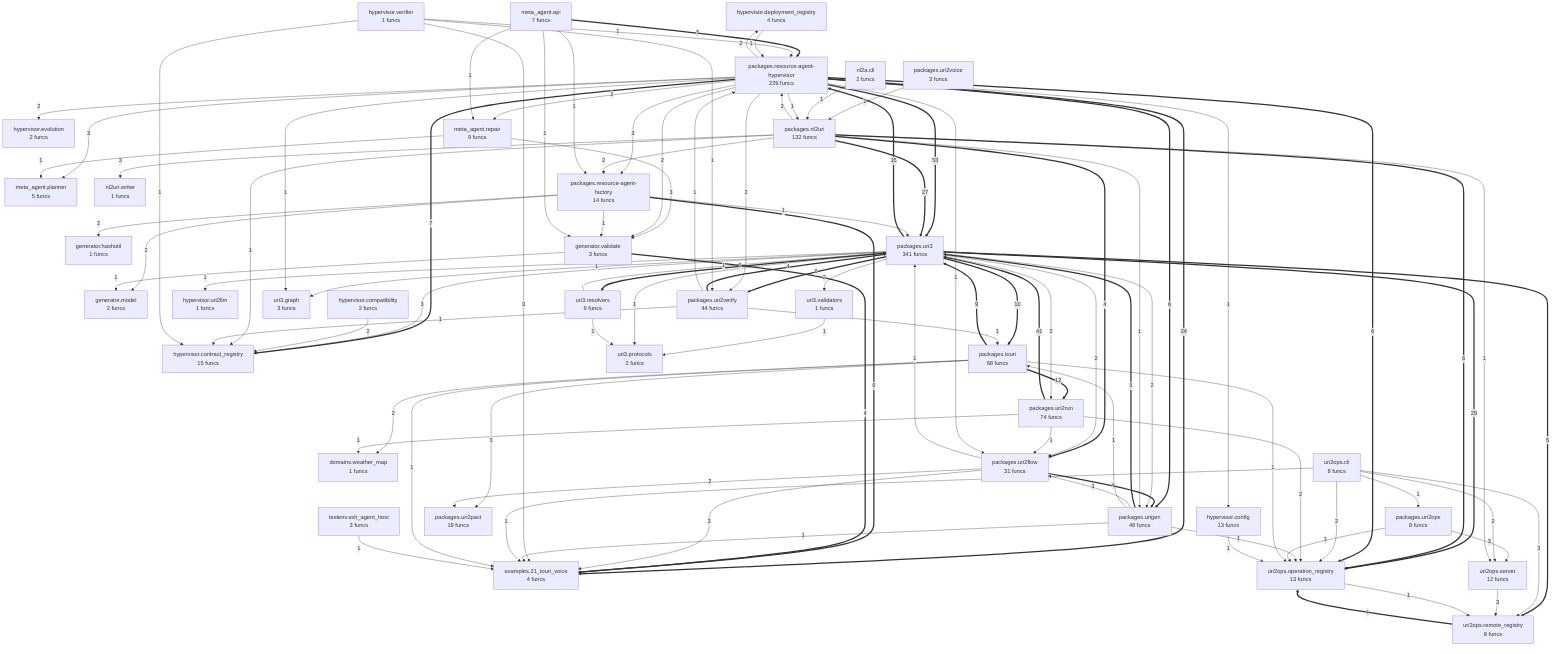
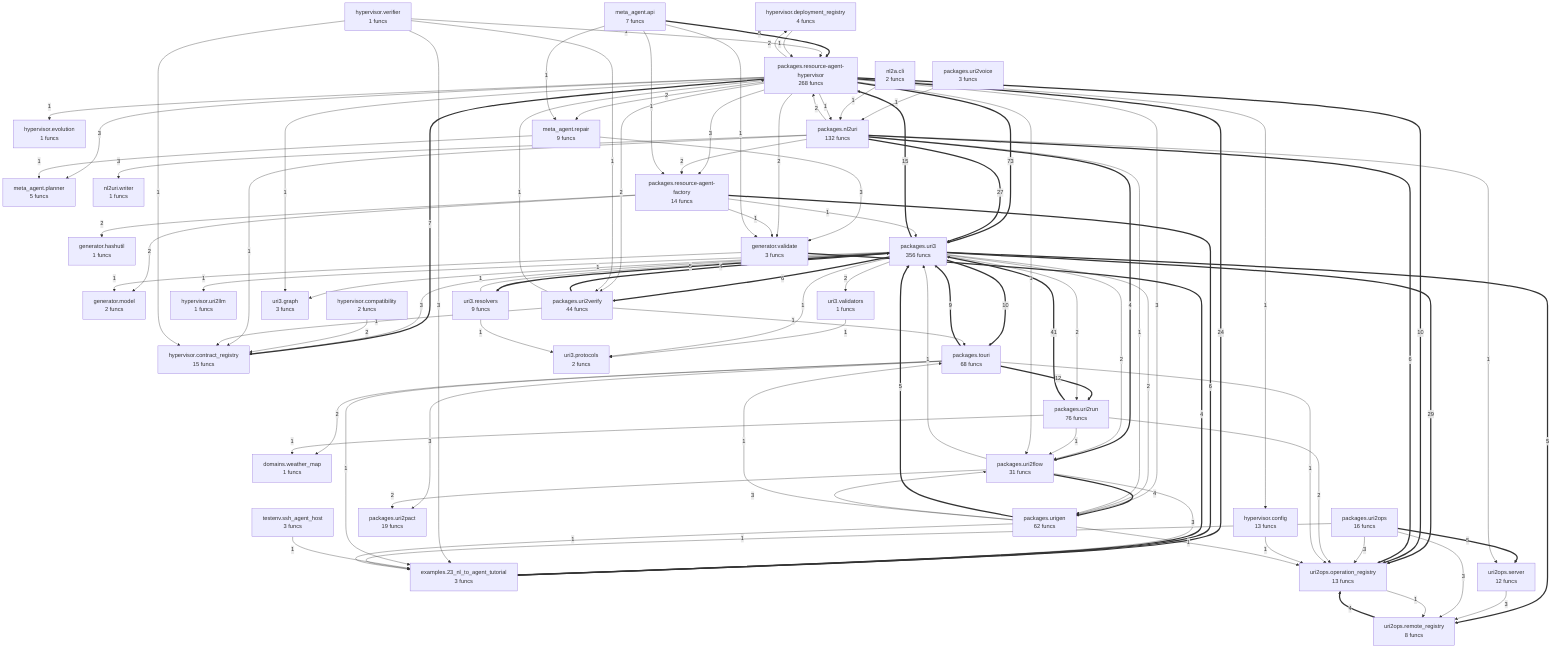
flowchart TD
- %% generated in 0.08s
+ %% generated in 0.09s
    domains__weather_map["domains.weather_map<br/>1 funcs"]
-     examples__21_touri_voice["examples.21_touri_voice<br/>4 funcs"]
+     examples__23_nl_to_agent_tutorial["examples.23_nl_to_agent_tutorial<br/>3 funcs"]
    generator__hashutil["generator.hashutil<br/>1 funcs"]
    generator__model["generator.model<br/>2 funcs"]
    generator__validate["generator.validate<br/>3 funcs"]
    hypervisor__compatibility["hypervisor.compatibility<br/>2 funcs"]
    hypervisor__config["hypervisor.config<br/>13 funcs"]
    hypervisor__contract_registry["hypervisor.contract_registry<br/>15 funcs"]
    hypervisor__deployment_registry["hypervisor.deployment_registry<br/>4 funcs"]
-     hypervisor__evolution["hypervisor.evolution<br/>2 funcs"]
+     hypervisor__evolution["hypervisor.evolution<br/>1 funcs"]
    hypervisor__uri2llm["hypervisor.uri2llm<br/>1 funcs"]
    hypervisor__verifier["hypervisor.verifier<br/>1 funcs"]
    meta_agent__api["meta_agent.api<br/>7 funcs"]
    meta_agent__planner["meta_agent.planner<br/>5 funcs"]
    meta_agent__repair["meta_agent.repair<br/>9 funcs"]
    nl2a__cli["nl2a.cli<br/>2 funcs"]
    nl2uri__writer["nl2uri.writer<br/>1 funcs"]
    packages__nl2uri["packages.nl2uri<br/>132 funcs"]
    packages__resource_agent_factory["packages.resource-agent-factory<br/>14 funcs"]
-     packages__resource_agent_hypervisor["packages.resource-agent-hypervisor<br/>229 funcs"]
+     packages__resource_agent_hypervisor["packages.resource-agent-hypervisor<br/>268 funcs"]
    packages__touri["packages.touri<br/>68 funcs"]
    packages__uri2flow["packages.uri2flow<br/>31 funcs"]
-     packages__uri2ops["packages.uri2ops<br/>8 funcs"]
+     packages__uri2ops["packages.uri2ops<br/>16 funcs"]
    packages__uri2pact["packages.uri2pact<br/>19 funcs"]
-     packages__uri2run["packages.uri2run<br/>74 funcs"]
+     packages__uri2run["packages.uri2run<br/>76 funcs"]
    packages__uri2verify["packages.uri2verify<br/>44 funcs"]
    packages__uri2voice["packages.uri2voice<br/>3 funcs"]
-     packages__uri3["packages.uri3<br/>341 funcs"]
-     packages__urigen["packages.urigen<br/>49 funcs"]
+     packages__uri3["packages.uri3<br/>356 funcs"]
+     packages__urigen["packages.urigen<br/>62 funcs"]
    testenv__ssh_agent_host["testenv.ssh_agent_host<br/>3 funcs"]
-     uri2ops__cli["uri2ops.cli<br/>8 funcs"]
    uri2ops__operation_registry["uri2ops.operation_registry<br/>13 funcs"]
    uri2ops__remote_registry["uri2ops.remote_registry<br/>8 funcs"]
    uri2ops__server["uri2ops.server<br/>12 funcs"]
    uri3__graph["uri3.graph<br/>3 funcs"]
    uri3__protocols["uri3.protocols<br/>2 funcs"]
    uri3__resolvers["uri3.resolvers<br/>9 funcs"]
    uri3__validators["uri3.validators<br/>1 funcs"]
-     packages__resource_agent_hypervisor ==>|53| packages__uri3
+     packages__resource_agent_hypervisor ==>|73| packages__uri3
    packages__uri2run ==>|41| packages__uri3
    packages__uri3 ==>|29| uri2ops__operation_registry
    packages__nl2uri ==>|27| packages__uri3
-     packages__resource_agent_hypervisor ==>|24| examples__21_touri_voice
+     packages__resource_agent_hypervisor ==>|24| examples__23_nl_to_agent_tutorial
    packages__uri3 ==>|15| packages__resource_agent_hypervisor
    packages__touri ==>|12| packages__uri2run
    packages__uri3 ==>|10| packages__touri
+     packages__resource_agent_hypervisor ==>|10| uri2ops__operation_registry
    packages__touri ==>|9| packages__uri3
    packages__resource_agent_hypervisor ==>|7| hypervisor__contract_registry
    packages__uri3 ==>|6| packages__uri2verify
-     packages__resource_agent_factory ==>|6| examples__21_touri_voice
+     packages__resource_agent_factory ==>|6| examples__23_nl_to_agent_tutorial
    packages__nl2uri ==>|6| uri2ops__operation_registry
-     packages__resource_agent_hypervisor ==>|6| packages__urigen
-     packages__resource_agent_hypervisor ==>|6| uri2ops__operation_registry
    packages__urigen ==>|5| packages__uri3
+     packages__uri2ops ==>|5| uri2ops__server
    packages__uri3 ==>|5| uri2ops__remote_registry
    packages__uri3 ==>|5| uri3__resolvers
    meta_agent__api ==>|5| packages__resource_agent_hypervisor
    uri2ops__remote_registry ==>|4| uri2ops__operation_registry
    packages__uri2flow ==>|4| packages__urigen
-     generator__validate ==>|4| examples__21_touri_voice
+     generator__validate ==>|4| examples__23_nl_to_agent_tutorial
    packages__nl2uri ==>|4| packages__uri2flow
    packages__uri2verify ==>|4| packages__uri3
    packages__urigen -->|3| packages__uri2flow
-     uri2ops__cli -->|3| uri2ops__remote_registry
    uri2ops__server -->|3| uri2ops__remote_registry
-     packages__uri2ops -->|3| uri2ops__server
+     packages__uri2ops -->|3| uri2ops__operation_registry
    packages__uri3 -->|3| hypervisor__contract_registry
-     packages__uri2flow -->|3| examples__21_touri_voice
+     packages__uri2flow -->|3| examples__23_nl_to_agent_tutorial
    packages__touri -->|3| packages__uri2pact
    packages__nl2uri -->|3| nl2uri__writer
    packages__resource_agent_hypervisor -->|3| meta_agent__planner
    packages__resource_agent_hypervisor -->|3| packages__resource_agent_factory
    meta_agent__repair -->|3| generator__validate
-     hypervisor__verifier -->|3| examples__21_touri_voice
-     uri2ops__cli -->|2| uri2ops__operation_registry
-     uri2ops__cli -->|2| uri2ops__server
+     packages__resource_agent_hypervisor -->|3| packages__urigen
+     hypervisor__verifier -->|3| examples__23_nl_to_agent_tutorial
+     packages__uri2ops -->|3| uri2ops__remote_registry
    packages__uri3 -->|2| uri3__validators
    packages__uri3 -->|2| packages__uri2run
    packages__uri3 -->|2| packages__uri2flow
    packages__uri3 -->|2| packages__urigen
    packages__uri2flow -->|2| packages__uri2pact
    packages__touri -->|2| domains__weather_map
    packages__uri2run -->|2| uri2ops__operation_registry
    packages__resource_agent_factory -->|2| generator__model
    packages__resource_agent_factory -->|2| generator__hashutil
    packages__nl2uri -->|2| packages__resource_agent_hypervisor
    packages__nl2uri -->|2| packages__resource_agent_factory
    packages__resource_agent_hypervisor -->|2| generator__validate
    packages__resource_agent_hypervisor -->|2| meta_agent__repair
-     packages__resource_agent_hypervisor -->|2| hypervisor__evolution
    packages__resource_agent_hypervisor -->|2| hypervisor__deployment_registry
    hypervisor__compatibility -->|2| hypervisor__contract_registry
    packages__resource_agent_hypervisor -->|2| packages__uri2verify
-     packages__urigen -->|1| examples__21_touri_voice
-     packages__urigen -->|1| uri2ops__operation_registry
-     packages__urigen -->|1| packages__touri
-     uri2ops__cli -->|1| examples__21_touri_voice
-     uri2ops__cli -->|1| packages__uri2ops
    uri2ops__operation_registry -->|1| uri2ops__remote_registry
-     packages__uri2ops -->|1| uri2ops__operation_registry
    uri3__validators -->|1| uri3__protocols
    packages__uri3 -->|1| uri3__graph
    packages__uri3 -->|1| uri3__protocols
    packages__uri3 -->|1| hypervisor__uri2llm
    uri3__resolvers -->|1| packages__uri3
    uri3__resolvers -->|1| uri3__protocols
    packages__uri2flow -->|1| packages__uri3
-     packages__touri -->|1| examples__21_touri_voice
+     packages__touri -->|1| examples__23_nl_to_agent_tutorial
    packages__touri -->|1| uri2ops__operation_registry
    packages__uri2voice -->|1| packages__nl2uri
    packages__uri2run -->|1| domains__weather_map
    packages__uri2run -->|1| packages__uri2flow
    generator__validate -->|1| generator__model
    packages__resource_agent_factory -->|1| packages__uri3
    packages__resource_agent_factory -->|1| generator__validate
    packages__nl2uri -->|1| uri2ops__server
    packages__nl2uri -->|1| hypervisor__contract_registry
    packages__nl2uri -->|1| packages__urigen
    nl2a__cli -->|1| packages__nl2uri
    packages__uri2verify -->|1| hypervisor__contract_registry
    packages__uri2verify -->|1| packages__resource_agent_hypervisor
    packages__uri2verify -->|1| packages__touri
    packages__resource_agent_hypervisor -->|1| packages__uri2flow
    meta_agent__api -->|1| generator__validate
    meta_agent__api -->|1| meta_agent__repair
    meta_agent__api -->|1| packages__resource_agent_factory
    meta_agent__repair -->|1| meta_agent__planner
    hypervisor__verifier -->|1| hypervisor__contract_registry
    hypervisor__verifier -->|1| packages__resource_agent_hypervisor
    hypervisor__verifier -->|1| packages__uri2verify
    packages__resource_agent_hypervisor -->|1| hypervisor__config
    hypervisor__config -->|1| uri2ops__operation_registry
+     packages__resource_agent_hypervisor -->|1| hypervisor__evolution
    packages__resource_agent_hypervisor -->|1| uri3__graph
    packages__resource_agent_hypervisor -->|1| packages__nl2uri
    hypervisor__deployment_registry -->|1| packages__resource_agent_hypervisor
-     testenv__ssh_agent_host -->|1| examples__21_touri_voice
+     testenv__ssh_agent_host -->|1| examples__23_nl_to_agent_tutorial
+     packages__uri2ops -->|1| examples__23_nl_to_agent_tutorial
+     packages__urigen -->|1| uri2ops__operation_registry
+     packages__urigen -->|1| packages__touri
+     packages__urigen -->|1| examples__23_nl_to_agent_tutorial
